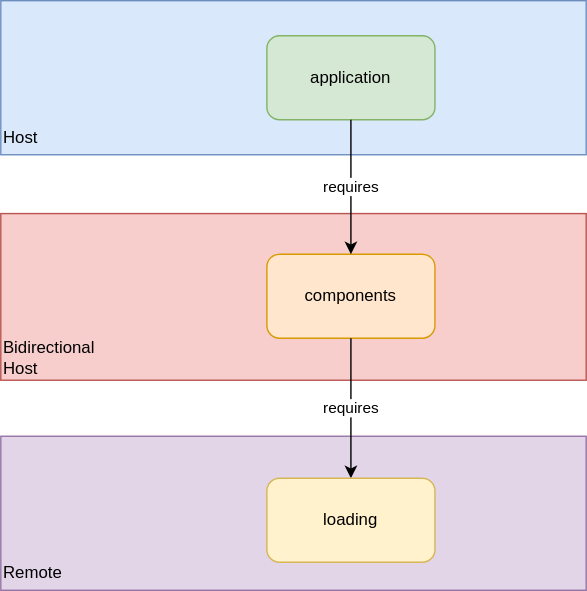
The draw.io diagram img/scenario.svg in nearform/module-federation-example, before a commit. Source tidied: cells renumbered, new cells last; positions are measured from the earlier drawing's top-left corner, leaving out a move shared by most shapes. The source it was exported from:
```xml
<mxGraphModel>
  <root>
    <mxCell id="0" />
    <mxCell id="1" parent="0" />
    <mxCell id="2" value="&lt;br&gt;&lt;br&gt;&lt;div style=&quot;&quot;&gt;&lt;span style=&quot;background-color: initial;&quot;&gt;&lt;br&gt;&lt;/span&gt;&lt;/div&gt;&lt;div style=&quot;&quot;&gt;&lt;span style=&quot;background-color: initial;&quot;&gt;&lt;br&gt;&lt;/span&gt;&lt;/div&gt;&lt;div style=&quot;&quot;&gt;&lt;span style=&quot;background-color: initial;&quot;&gt;&lt;br&gt;&lt;/span&gt;&lt;/div&gt;&lt;div style=&quot;&quot;&gt;&lt;span style=&quot;background-color: initial;&quot;&gt;&lt;br&gt;&lt;/span&gt;&lt;/div&gt;&lt;div style=&quot;&quot;&gt;Remote&lt;/div&gt;" style="rounded=0;whiteSpace=wrap;html=1;fillColor=#e1d5e7;strokeColor=#9673a6;align=left;" parent="1" vertex="1">
      <mxGeometry y="311" width="418" height="110" as="geometry" />
    </mxCell>
    <mxCell id="3" value="&lt;br&gt;&lt;br&gt;&lt;div style=&quot;&quot;&gt;&lt;span style=&quot;background-color: initial;&quot;&gt;&lt;br&gt;&lt;/span&gt;&lt;/div&gt;&lt;div style=&quot;&quot;&gt;&lt;span style=&quot;background-color: initial;&quot;&gt;&lt;br&gt;&lt;/span&gt;&lt;/div&gt;&lt;div style=&quot;&quot;&gt;&lt;span style=&quot;background-color: initial;&quot;&gt;&lt;br&gt;&lt;/span&gt;&lt;/div&gt;&lt;div style=&quot;&quot;&gt;&lt;span style=&quot;background-color: initial;&quot;&gt;&lt;br&gt;&lt;/span&gt;&lt;/div&gt;&lt;div style=&quot;&quot;&gt;&lt;span style=&quot;background-color: initial;&quot;&gt;Host&lt;/span&gt;&lt;/div&gt;" style="rounded=0;whiteSpace=wrap;html=1;fillColor=#dae8fc;strokeColor=#6c8ebf;align=left;" parent="1" vertex="1">
      <mxGeometry width="418" height="110" as="geometry" />
    </mxCell>
    <mxCell id="4" value="application" style="rounded=1;whiteSpace=wrap;html=1;fillColor=#d5e8d4;strokeColor=#82b366;" parent="1" vertex="1">
      <mxGeometry x="190" y="25" width="120" height="60" as="geometry" />
    </mxCell>
    <mxCell id="5" value="&lt;br&gt;&lt;br&gt;&lt;div style=&quot;&quot;&gt;&lt;span style=&quot;background-color: initial;&quot;&gt;&lt;br&gt;&lt;/span&gt;&lt;/div&gt;&lt;div style=&quot;&quot;&gt;&lt;span style=&quot;background-color: initial;&quot;&gt;&lt;br&gt;&lt;/span&gt;&lt;/div&gt;&lt;div style=&quot;&quot;&gt;&lt;span style=&quot;background-color: initial;&quot;&gt;&lt;br&gt;&lt;/span&gt;&lt;/div&gt;&lt;div style=&quot;&quot;&gt;&lt;span style=&quot;background-color: initial;&quot;&gt;&lt;br&gt;&lt;/span&gt;&lt;/div&gt;&lt;div style=&quot;&quot;&gt;&lt;span style=&quot;background-color: initial;&quot;&gt;Bidirectional&lt;/span&gt;&lt;/div&gt;&lt;div style=&quot;&quot;&gt;&lt;span style=&quot;background-color: initial;&quot;&gt;Host&lt;/span&gt;&lt;/div&gt;" style="rounded=0;whiteSpace=wrap;html=1;fillColor=#f8cecc;strokeColor=#b85450;align=left;" parent="1" vertex="1">
      <mxGeometry y="152" width="418" height="119" as="geometry" />
    </mxCell>
    <mxCell id="6" value="components" style="rounded=1;whiteSpace=wrap;html=1;fillColor=#ffe6cc;strokeColor=#d79b00;" parent="1" vertex="1">
      <mxGeometry x="190" y="181" width="120" height="60" as="geometry" />
    </mxCell>
    <mxCell id="7" value="requires" style="endArrow=classic;html=1;rounded=0;exitX=0.5;exitY=1;exitDx=0;exitDy=0;entryX=0.5;entryY=0;entryDx=0;entryDy=0;" parent="1" edge="1" source="4" target="6">
      <mxGeometry relative="1" as="geometry" />
    </mxCell>
    <mxCell id="8" value="requires" style="endArrow=classic;html=1;rounded=0;exitX=0.5;exitY=1;exitDx=0;exitDy=0;entryX=0.5;entryY=0;entryDx=0;entryDy=0;" parent="1" edge="1" source="6">
      <mxGeometry relative="1" as="geometry">
        <mxPoint x="250" y="341" as="targetPoint" />
      </mxGeometry>
    </mxCell>
    <mxCell id="9" value="loading" style="rounded=1;whiteSpace=wrap;html=1;fillColor=#fff2cc;strokeColor=#d6b656;" parent="1" vertex="1">
      <mxGeometry x="190" y="341" width="120" height="60" as="geometry" />
    </mxCell>
  </root>
</mxGraphModel>
```
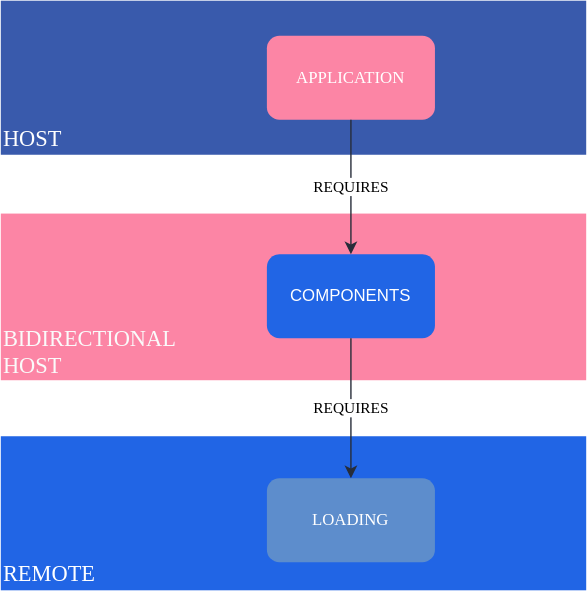
Above is the later version.

Diff of the diagram source:
```diff
@@ -2,30 +2,30 @@
   <root>
     <mxCell id="0" />
     <mxCell id="1" parent="0" />
-    <mxCell id="2" value="&lt;br&gt;&lt;br&gt;&lt;div style=&quot;&quot;&gt;&lt;span style=&quot;background-color: initial;&quot;&gt;&lt;br&gt;&lt;/span&gt;&lt;/div&gt;&lt;div style=&quot;&quot;&gt;&lt;span style=&quot;background-color: initial;&quot;&gt;&lt;br&gt;&lt;/span&gt;&lt;/div&gt;&lt;div style=&quot;&quot;&gt;&lt;span style=&quot;background-color: initial;&quot;&gt;&lt;br&gt;&lt;/span&gt;&lt;/div&gt;&lt;div style=&quot;&quot;&gt;&lt;span style=&quot;background-color: initial;&quot;&gt;&lt;br&gt;&lt;/span&gt;&lt;/div&gt;&lt;div style=&quot;&quot;&gt;Remote&lt;/div&gt;" style="rounded=0;whiteSpace=wrap;html=1;fillColor=#e1d5e7;strokeColor=#9673a6;align=left;" parent="1" vertex="1">
+    <mxCell id="2" value="&lt;br&gt;&lt;br&gt;&lt;div style=&quot;&quot;&gt;&lt;span style=&quot;background-color: initial;&quot;&gt;&lt;br&gt;&lt;/span&gt;&lt;/div&gt;&lt;div style=&quot;&quot;&gt;&lt;span style=&quot;background-color: initial;&quot;&gt;&lt;br&gt;&lt;/span&gt;&lt;/div&gt;&lt;div style=&quot;&quot;&gt;&lt;span style=&quot;background-color: initial;&quot;&gt;&lt;br&gt;&lt;/span&gt;&lt;/div&gt;&lt;div style=&quot;&quot;&gt;&lt;span style=&quot;background-color: initial;&quot;&gt;&lt;br&gt;&lt;/span&gt;&lt;/div&gt;&lt;div style=&quot;&quot;&gt;&lt;font color=&quot;#ffffff&quot; face=&quot;Poppins&quot; style=&quot;font-size: 16px;&quot;&gt;REMOTE&lt;/font&gt;&lt;/div&gt;" style="rounded=0;whiteSpace=wrap;html=1;fillColor=#2165E5;strokeColor=none;align=left;" parent="1" vertex="1">
       <mxGeometry y="311" width="418" height="110" as="geometry" />
     </mxCell>
-    <mxCell id="3" value="&lt;br&gt;&lt;br&gt;&lt;div style=&quot;&quot;&gt;&lt;span style=&quot;background-color: initial;&quot;&gt;&lt;br&gt;&lt;/span&gt;&lt;/div&gt;&lt;div style=&quot;&quot;&gt;&lt;span style=&quot;background-color: initial;&quot;&gt;&lt;br&gt;&lt;/span&gt;&lt;/div&gt;&lt;div style=&quot;&quot;&gt;&lt;span style=&quot;background-color: initial;&quot;&gt;&lt;br&gt;&lt;/span&gt;&lt;/div&gt;&lt;div style=&quot;&quot;&gt;&lt;span style=&quot;background-color: initial;&quot;&gt;&lt;br&gt;&lt;/span&gt;&lt;/div&gt;&lt;div style=&quot;&quot;&gt;&lt;span style=&quot;background-color: initial;&quot;&gt;Host&lt;/span&gt;&lt;/div&gt;" style="rounded=0;whiteSpace=wrap;html=1;fillColor=#dae8fc;strokeColor=#6c8ebf;align=left;" parent="1" vertex="1">
+    <mxCell id="3" value="&lt;font face=&quot;Poppins&quot;&gt;&lt;br&gt;&lt;br&gt;&lt;/font&gt;&lt;div style=&quot;&quot;&gt;&lt;span style=&quot;background-color: initial;&quot;&gt;&lt;font face=&quot;Poppins&quot;&gt;&lt;br&gt;&lt;/font&gt;&lt;/span&gt;&lt;/div&gt;&lt;div style=&quot;&quot;&gt;&lt;span style=&quot;background-color: initial;&quot;&gt;&lt;font face=&quot;Poppins&quot;&gt;&lt;br&gt;&lt;/font&gt;&lt;/span&gt;&lt;/div&gt;&lt;div style=&quot;&quot;&gt;&lt;span style=&quot;background-color: initial;&quot;&gt;&lt;font face=&quot;Poppins&quot;&gt;&lt;br&gt;&lt;/font&gt;&lt;/span&gt;&lt;/div&gt;&lt;div style=&quot;&quot;&gt;&lt;span style=&quot;background-color: initial;&quot;&gt;&lt;font face=&quot;Poppins&quot;&gt;&lt;br&gt;&lt;/font&gt;&lt;/span&gt;&lt;/div&gt;&lt;div style=&quot;&quot;&gt;&lt;span style=&quot;background-color: initial;&quot;&gt;&lt;font face=&quot;Poppins&quot; color=&quot;#ffffff&quot; style=&quot;font-size: 16px;&quot;&gt;HOST&lt;/font&gt;&lt;/span&gt;&lt;/div&gt;" style="rounded=0;whiteSpace=wrap;html=1;fillColor=#395aac;strokeColor=none;align=left;" parent="1" vertex="1">
       <mxGeometry width="418" height="110" as="geometry" />
     </mxCell>
-    <mxCell id="4" value="application" style="rounded=1;whiteSpace=wrap;html=1;fillColor=#d5e8d4;strokeColor=#82b366;" parent="1" vertex="1">
+    <mxCell id="4" value="APPLICATION" style="rounded=1;whiteSpace=wrap;html=1;fillColor=#fc85a5;strokeColor=none;fontFamily=Poppins;fontColor=#FFFFFF;fontSource=https%3A%2F%2Ffonts.googleapis.com%2Fcss%3Ffamily%3DPoppins;" parent="1" vertex="1">
       <mxGeometry x="190" y="25" width="120" height="60" as="geometry" />
     </mxCell>
-    <mxCell id="5" value="&lt;br&gt;&lt;br&gt;&lt;div style=&quot;&quot;&gt;&lt;span style=&quot;background-color: initial;&quot;&gt;&lt;br&gt;&lt;/span&gt;&lt;/div&gt;&lt;div style=&quot;&quot;&gt;&lt;span style=&quot;background-color: initial;&quot;&gt;&lt;br&gt;&lt;/span&gt;&lt;/div&gt;&lt;div style=&quot;&quot;&gt;&lt;span style=&quot;background-color: initial;&quot;&gt;&lt;br&gt;&lt;/span&gt;&lt;/div&gt;&lt;div style=&quot;&quot;&gt;&lt;span style=&quot;background-color: initial;&quot;&gt;&lt;br&gt;&lt;/span&gt;&lt;/div&gt;&lt;div style=&quot;&quot;&gt;&lt;span style=&quot;background-color: initial;&quot;&gt;Bidirectional&lt;/span&gt;&lt;/div&gt;&lt;div style=&quot;&quot;&gt;&lt;span style=&quot;background-color: initial;&quot;&gt;Host&lt;/span&gt;&lt;/div&gt;" style="rounded=0;whiteSpace=wrap;html=1;fillColor=#f8cecc;strokeColor=#b85450;align=left;" parent="1" vertex="1">
+    <mxCell id="5" value="&lt;font color=&quot;#fafafa&quot; face=&quot;Poppins&quot; style=&quot;font-size: 16px;&quot;&gt;&lt;br&gt;&lt;/font&gt;&lt;div style=&quot;font-size: 16px;&quot;&gt;&lt;span style=&quot;background-color: initial;&quot;&gt;&lt;font color=&quot;#fafafa&quot; face=&quot;Poppins&quot; style=&quot;font-size: 16px;&quot;&gt;&lt;br&gt;&lt;/font&gt;&lt;/span&gt;&lt;/div&gt;&lt;div style=&quot;font-size: 16px;&quot;&gt;&lt;span style=&quot;background-color: initial;&quot;&gt;&lt;font color=&quot;#fafafa&quot; face=&quot;Poppins&quot; style=&quot;font-size: 16px;&quot;&gt;&lt;br&gt;&lt;/font&gt;&lt;/span&gt;&lt;/div&gt;&lt;div style=&quot;font-size: 16px;&quot;&gt;&lt;span style=&quot;background-color: initial;&quot;&gt;&lt;font color=&quot;#fafafa&quot; face=&quot;Poppins&quot; style=&quot;font-size: 16px;&quot;&gt;&lt;br&gt;&lt;/font&gt;&lt;/span&gt;&lt;/div&gt;&lt;div style=&quot;font-size: 16px;&quot;&gt;&lt;span style=&quot;background-color: initial;&quot;&gt;&lt;font color=&quot;#fafafa&quot; face=&quot;Poppins&quot; style=&quot;font-size: 16px;&quot;&gt;BIDIRECTIONAL&lt;/font&gt;&lt;/span&gt;&lt;/div&gt;&lt;div style=&quot;font-size: 16px;&quot;&gt;&lt;span style=&quot;background-color: initial;&quot;&gt;&lt;font color=&quot;#fafafa&quot; face=&quot;Poppins&quot; style=&quot;font-size: 16px;&quot;&gt;HOST&lt;/font&gt;&lt;/span&gt;&lt;/div&gt;" style="rounded=0;whiteSpace=wrap;html=1;fillColor=#FC85A5;strokeColor=none;align=left;" parent="1" vertex="1">
       <mxGeometry y="152" width="418" height="119" as="geometry" />
     </mxCell>
-    <mxCell id="6" value="components" style="rounded=1;whiteSpace=wrap;html=1;fillColor=#ffe6cc;strokeColor=#d79b00;" parent="1" vertex="1">
+    <mxCell id="6" value="&lt;font color=&quot;#ffffff&quot;&gt;COMPONENTS&lt;/font&gt;" style="rounded=1;whiteSpace=wrap;html=1;fillColor=#2165E5;strokeColor=none;" parent="1" vertex="1">
       <mxGeometry x="190" y="181" width="120" height="60" as="geometry" />
     </mxCell>
-    <mxCell id="7" value="requires" style="endArrow=classic;html=1;rounded=0;exitX=0.5;exitY=1;exitDx=0;exitDy=0;entryX=0.5;entryY=0;entryDx=0;entryDy=0;" parent="1" edge="1" source="4" target="6">
+    <mxCell id="7" value="&lt;font face=&quot;Poppins&quot;&gt;REQUIRES&lt;/font&gt;" style="endArrow=classic;html=1;rounded=0;exitX=0.5;exitY=1;exitDx=0;exitDy=0;entryX=0.5;entryY=0;entryDx=0;entryDy=0;strokeColor=#272d3a;" parent="1" edge="1" source="4" target="6">
       <mxGeometry relative="1" as="geometry" />
     </mxCell>
-    <mxCell id="8" value="requires" style="endArrow=classic;html=1;rounded=0;exitX=0.5;exitY=1;exitDx=0;exitDy=0;entryX=0.5;entryY=0;entryDx=0;entryDy=0;" parent="1" edge="1" source="6">
+    <mxCell id="8" value="&lt;font face=&quot;Poppins&quot;&gt;REQUIRES&lt;/font&gt;" style="endArrow=classic;html=1;rounded=0;exitX=0.5;exitY=1;exitDx=0;exitDy=0;entryX=0.5;entryY=0;entryDx=0;entryDy=0;strokeColor=#272d3a;" parent="1" edge="1" source="6">
       <mxGeometry relative="1" as="geometry">
         <mxPoint x="250" y="341" as="targetPoint" />
       </mxGeometry>
     </mxCell>
-    <mxCell id="9" value="loading" style="rounded=1;whiteSpace=wrap;html=1;fillColor=#fff2cc;strokeColor=#d6b656;" parent="1" vertex="1">
+    <mxCell id="9" value="&lt;font color=&quot;#ffffff&quot; face=&quot;Poppins&quot;&gt;LOADING&lt;/font&gt;" style="rounded=1;whiteSpace=wrap;html=1;fillColor=#5D8DCC;strokeColor=none;" parent="1" vertex="1">
       <mxGeometry x="190" y="341" width="120" height="60" as="geometry" />
     </mxCell>
   </root>
```
